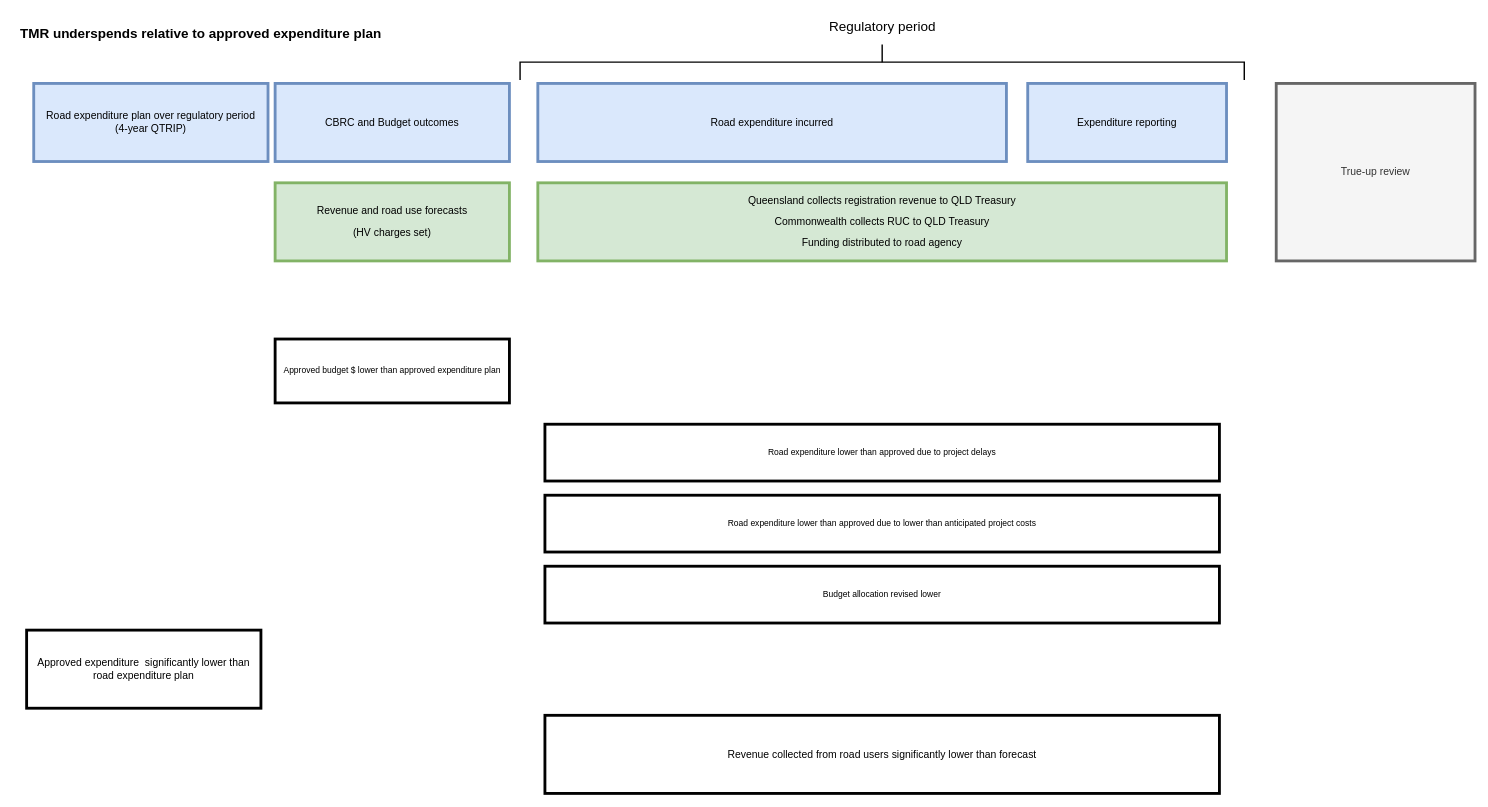
tzforster/great-suppository-name keeps this draw.io diagram as page "Scenarios" (5 of 5) of QTRIP and financial mapping.drawio. Above is the earlier version. Source tidied: cells renumbered, new cells numbered last; positions are measured from the earlier drawing's top-left corner, leaving out a move shared by most shapes. Both pictures are drawn from the tidied source at 71%, with x=0, y=0 at pixel (12, -300).
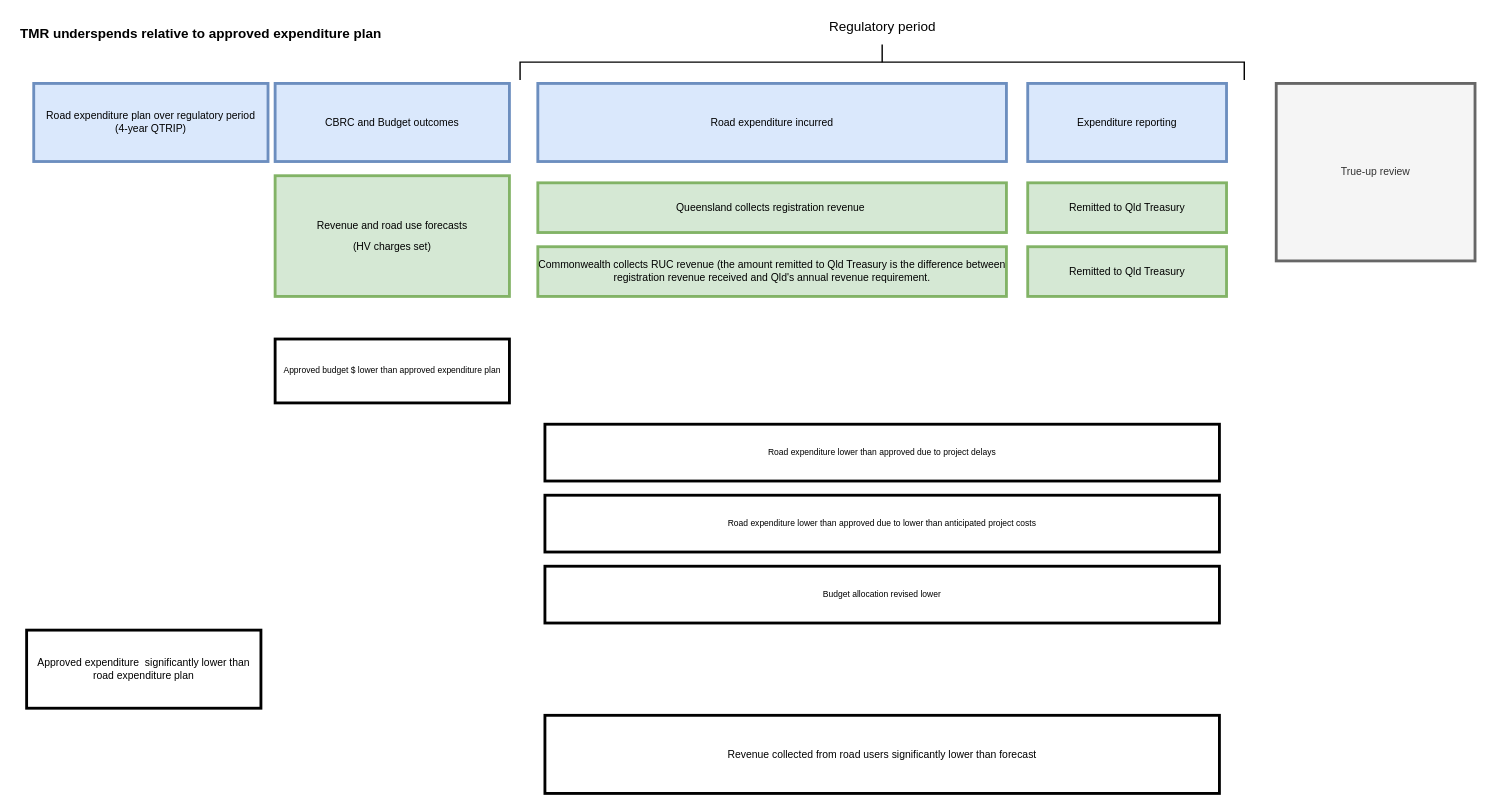
Above is the later version.

Diff of the diagram source:
```diff
@@
     <mxCell id="15" value="&lt;p&gt;&lt;span style=&quot;font-size: 11pt; font-family: Calibri;&quot;&gt;Revenue and road use forecasts&lt;/span&gt;&lt;/p&gt;&lt;p&gt;&lt;span style=&quot;font-size: 11pt; font-family: Calibri;&quot;&gt;(HV charges set)&lt;/span&gt;&lt;/p&gt;" style="whiteSpace=wrap;html=1;strokeWidth=4;fillColor=#d5e8d4;strokeColor=#82b366;" parent="1" vertex="1">
-      <mxGeometry x="370" y="680" width="330" height="110" as="geometry" />
+      <mxGeometry x="370" y="670" width="330" height="170" as="geometry" />
     </mxCell>
-    <mxCell id="16" value="&lt;p&gt;&lt;font face=&quot;Calibri&quot;&gt;&lt;span style=&quot;font-size: 14.6667px;&quot;&gt;Queensland collects registration revenue to QLD Treasury&lt;/span&gt;&lt;/font&gt;&lt;/p&gt;&lt;p&gt;&lt;font face=&quot;Calibri&quot;&gt;&lt;span style=&quot;font-size: 14.6667px;&quot;&gt;Commonwealth collects RUC to QLD Treasury&lt;/span&gt;&lt;/font&gt;&lt;/p&gt;&lt;p&gt;&lt;font face=&quot;Calibri&quot;&gt;&lt;span style=&quot;font-size: 14.6667px;&quot;&gt;Funding distributed to road agency&lt;/span&gt;&lt;/font&gt;&lt;/p&gt;" style="whiteSpace=wrap;html=1;strokeWidth=4;fillColor=#d5e8d4;strokeColor=#82b366;" parent="1" vertex="1">
-      <mxGeometry x="740" y="680" width="970" height="110" as="geometry" />
+    <mxCell id="16" value="&lt;p&gt;&lt;font face=&quot;Calibri&quot;&gt;&lt;span style=&quot;font-size: 14.6667px;&quot;&gt;Queensland collects registration revenue&amp;nbsp;&lt;/span&gt;&lt;/font&gt;&lt;/p&gt;" style="whiteSpace=wrap;html=1;strokeWidth=4;fillColor=#d5e8d4;strokeColor=#82b366;" parent="1" vertex="1">
+      <mxGeometry x="740" y="680" width="660" height="70" as="geometry" />
     </mxCell>
@@
+    <mxCell id="18" value="&lt;p&gt;&lt;font face=&quot;Calibri&quot;&gt;&lt;span style=&quot;font-size: 14.6667px;&quot;&gt;Remitted to Qld Treasury&lt;/span&gt;&lt;/font&gt;&lt;/p&gt;" style="whiteSpace=wrap;html=1;strokeWidth=4;fillColor=#d5e8d4;strokeColor=#82b366;" parent="1" vertex="1">
+      <mxGeometry x="1430" y="680" width="280" height="70" as="geometry" />
+    </mxCell>
+    <mxCell id="19" value="&lt;p&gt;&lt;font face=&quot;Calibri&quot;&gt;&lt;span style=&quot;font-size: 14.6667px;&quot;&gt;Remitted to Qld Treasury&lt;/span&gt;&lt;/font&gt;&lt;/p&gt;" style="whiteSpace=wrap;html=1;strokeWidth=4;fillColor=#d5e8d4;strokeColor=#82b366;" parent="1" vertex="1">
+      <mxGeometry x="1430" y="770" width="280" height="70" as="geometry" />
+    </mxCell>
+    <mxCell id="20" value="&lt;p&gt;&lt;font face=&quot;Calibri&quot;&gt;&lt;span style=&quot;font-size: 14.6667px;&quot;&gt;Commonwealth collects RUC revenue (the amount remitted to Qld Treasury is the difference between registration revenue received and Qld's annual revenue requirement.&lt;/span&gt;&lt;/font&gt;&lt;/p&gt;" style="whiteSpace=wrap;html=1;strokeWidth=4;fillColor=#d5e8d4;strokeColor=#82b366;" parent="1" vertex="1">
+      <mxGeometry x="740" y="770" width="660" height="70" as="geometry" />
+    </mxCell>
```
